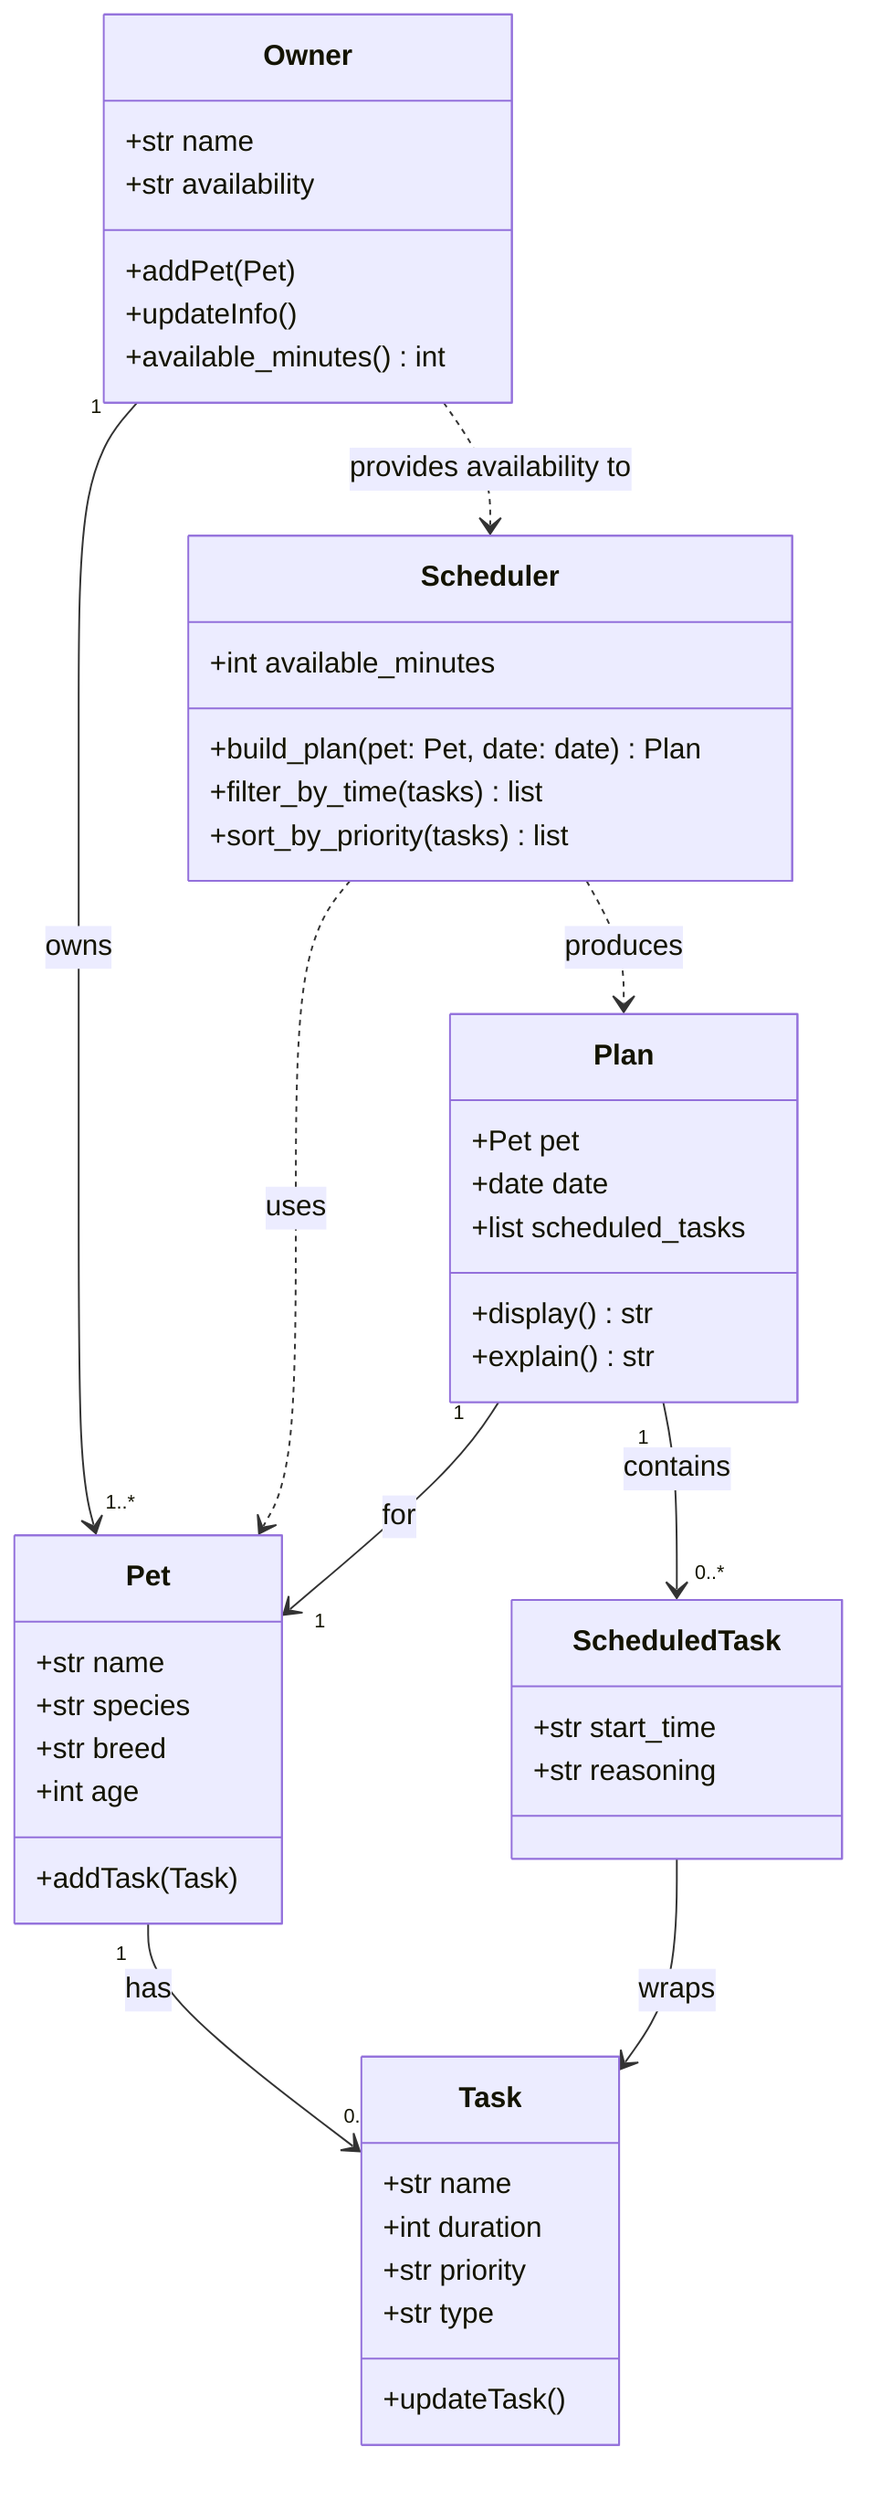
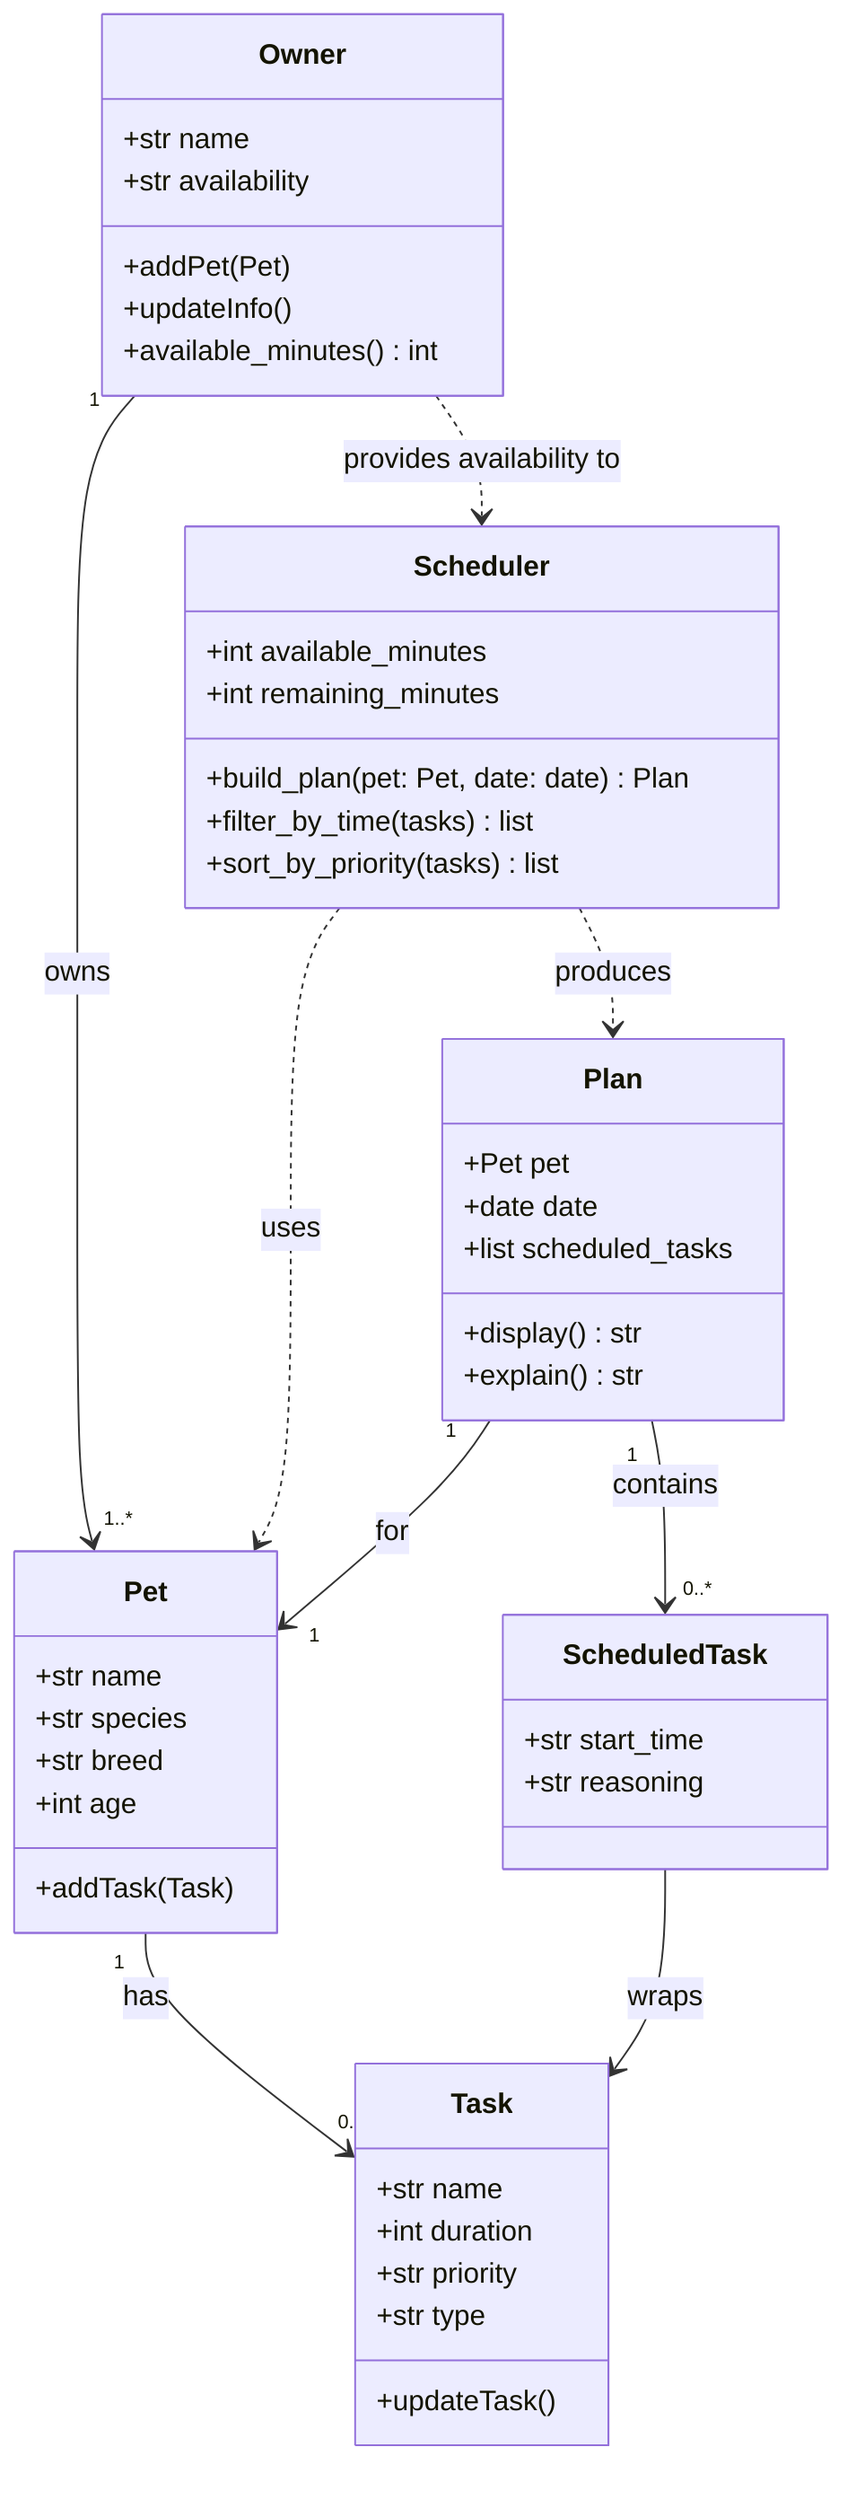
classDiagram
    class Owner {
        +str name
        +str availability
        +addPet(Pet)
        +updateInfo()
        +available_minutes() int
    }

    class Pet {
        +str name
        +str species
        +str breed
        +int age
        +addTask(Task)
    }

    class Task {
        +str name
        +int duration
        +str priority
        +str type
        +updateTask()
    }

    class Scheduler {
        +int available_minutes
+         +int remaining_minutes
        +build_plan(pet: Pet, date: date) Plan
        +filter_by_time(tasks) list
        +sort_by_priority(tasks) list
    }

    class Plan {
        +Pet pet
        +date date
        +list scheduled_tasks
        +display() str
        +explain() str
    }

    class ScheduledTask {
        +str start_time
        +str reasoning
    }

    Owner "1" --> "1..*" Pet : owns
    Pet "1" --> "0..*" Task : has
    Owner ..> Scheduler : provides availability to
    Scheduler ..> Pet : uses
    Scheduler ..> Plan : produces
    Plan "1" --> "1" Pet : for
    Plan "1" --> "0..*" ScheduledTask : contains
    ScheduledTask --> Task : wraps
